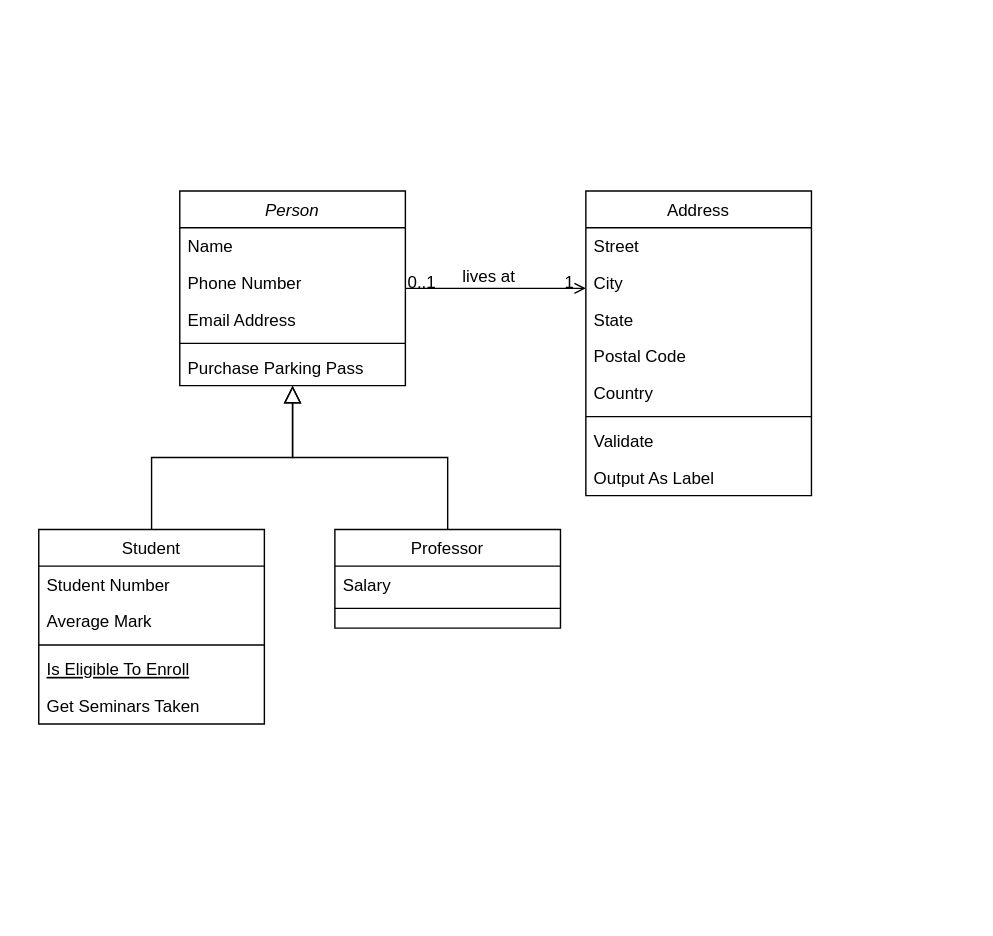
raeeschaudhary/Coursera_Exams keeps this draw.io diagram as ext/db3.drawio. Above is the earlier version. Source tidied: cells renumbered, new cells numbered last; positions are measured from the earlier drawing's top-left corner, leaving out a move shared by most shapes. Both pictures are drawn from the tidied source at 141%, with x=0, y=0 at pixel (38, 190).
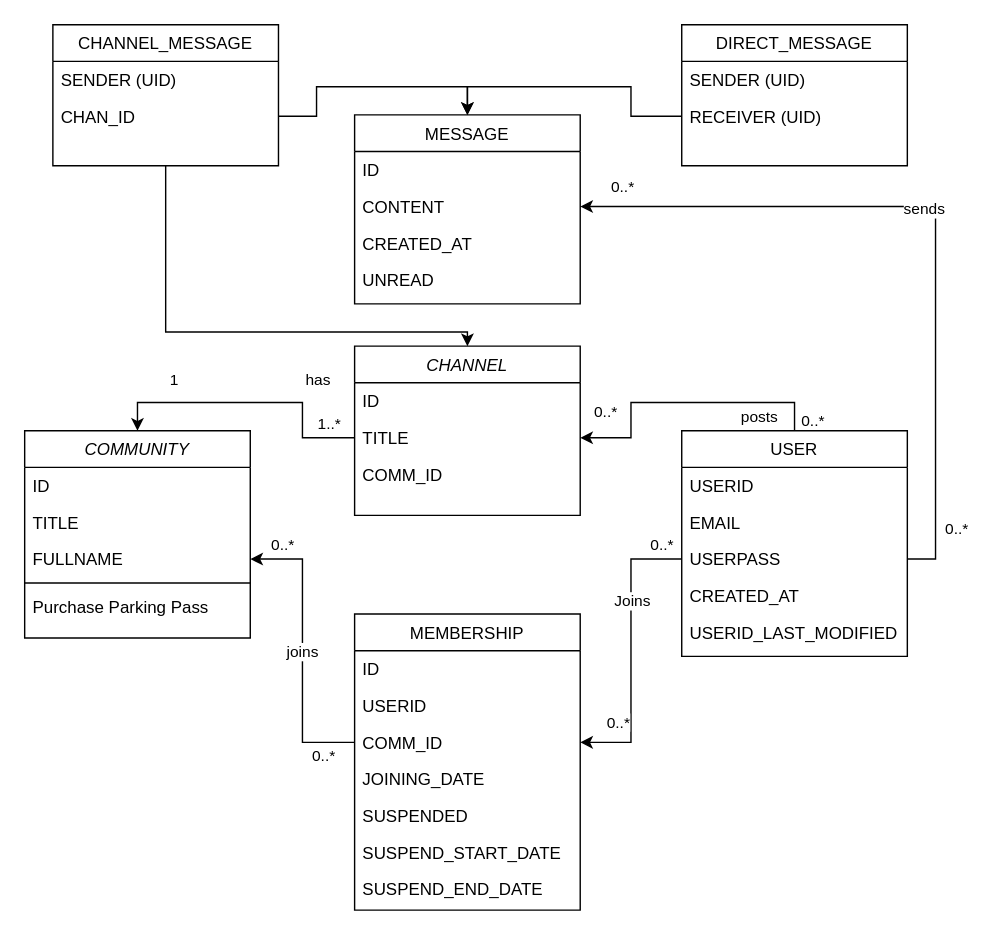
The same diagram, later.

Change to the diagram source:
```diff
@@
-    <mxCell id="2" value="Person" style="swimlane;fontStyle=2;align=center;verticalAlign=top;horizontal=1;startSize=26;rounded=0;shadow=0;strokeWidth=1;" parent="1" vertex="1">
-      <mxGeometry x="100" width="160" height="138" as="geometry" />
+    <mxCell id="2" value="COMMUNITY" style="swimlane;fontStyle=2;align=center;verticalAlign=top;horizontal=1;startSize=26;rounded=0;shadow=0;strokeWidth=1;" parent="1" vertex="1">
+      <mxGeometry x="-10" y="170" width="160" height="147" as="geometry" />
     </mxCell>
-    <mxCell id="3" value="Name" style="text;align=left;verticalAlign=top;spacingLeft=4;spacingRight=4;overflow=hidden;" parent="2" vertex="1">
+    <mxCell id="3" value="ID" style="text;align=left;verticalAlign=top;spacingLeft=4;spacingRight=4;overflow=hidden;" parent="2" vertex="1">
       <mxGeometry y="26" width="160" height="26" as="geometry" />
     </mxCell>
-    <mxCell id="4" value="Phone Number" style="text;align=left;verticalAlign=top;spacingLeft=4;spacingRight=4;overflow=hidden;rounded=0;shadow=0;html=0;" parent="2" vertex="1">
+    <mxCell id="4" value="TITLE" style="text;align=left;verticalAlign=top;spacingLeft=4;spacingRight=4;overflow=hidden;rounded=0;shadow=0;html=0;" parent="2" vertex="1">
       <mxGeometry y="52" width="160" height="26" as="geometry" />
     </mxCell>
-    <mxCell id="5" value="Email Address" style="text;align=left;verticalAlign=top;spacingLeft=4;spacingRight=4;overflow=hidden;points=[[0,0.5],[1,0.5]];portConstraint=eastwest;rounded=0;shadow=0;html=0;" parent="2" vertex="1">
+    <mxCell id="5" value="FULLNAME" style="text;align=left;verticalAlign=top;spacingLeft=4;spacingRight=4;overflow=hidden;points=[[0,0.5],[1,0.5]];portConstraint=eastwest;rounded=0;shadow=0;html=0;" parent="2" vertex="1">
       <mxGeometry y="78" width="160" height="26" as="geometry" />
     </mxCell>
@@
-    <mxCell id="8" value="Student" style="swimlane;fontStyle=0;align=center;verticalAlign=top;horizontal=1;startSize=26;rounded=0;shadow=0;strokeWidth=1;" parent="1" vertex="1">
-      <mxGeometry y="240" width="160" height="138" as="geometry" />
-    </mxCell>
-    <mxCell id="9" value="Student Number" style="text;align=left;verticalAlign=top;spacingLeft=4;spacingRight=4;overflow=hidden;" parent="8" vertex="1">
-      <mxGeometry y="26" width="160" height="26" as="geometry" />
-    </mxCell>
-    <mxCell id="10" value="Average Mark" style="text;align=left;verticalAlign=top;spacingLeft=4;spacingRight=4;overflow=hidden;rounded=0;shadow=0;html=0;" parent="8" vertex="1">
-      <mxGeometry y="52" width="160" height="26" as="geometry" />
-    </mxCell>
-    <mxCell id="11" style="line;html=1;strokeWidth=1;align=left;verticalAlign=middle;spacingTop=-1;spacingLeft=3;spacingRight=3;labelPosition=right;" parent="8" vertex="1">
-      <mxGeometry y="78" width="160" height="8" as="geometry" />
-    </mxCell>
-    <mxCell id="12" value="Is Eligible To Enroll" style="text;align=left;verticalAlign=top;spacingLeft=4;spacingRight=4;overflow=hidden;fontStyle=4;" parent="8" vertex="1">
-      <mxGeometry y="86" width="160" height="26" as="geometry" />
-    </mxCell>
-    <mxCell id="13" value="Get Seminars Taken" style="text;align=left;verticalAlign=top;spacingLeft=4;spacingRight=4;overflow=hidden;" parent="8" vertex="1">
-      <mxGeometry y="112" width="160" height="26" as="geometry" />
-    </mxCell>
-    <mxCell id="14" style="endArrow=block;endSize=10;endFill=0;shadow=0;strokeWidth=1;rounded=0;edgeStyle=elbowEdgeStyle;elbow=vertical;" parent="1" edge="1" source="8" target="2">
-      <mxGeometry relative="1" as="geometry" />
-    </mxCell>
-    <mxCell id="15" value="Professor" style="swimlane;fontStyle=0;align=center;verticalAlign=top;horizontal=1;startSize=26;rounded=0;shadow=0;strokeWidth=1;" parent="1" vertex="1">
-      <mxGeometry x="210" y="240" width="160" height="70" as="geometry" />
-    </mxCell>
-    <mxCell id="16" value="Salary" style="text;align=left;verticalAlign=top;spacingLeft=4;spacingRight=4;overflow=hidden;" parent="15" vertex="1">
-      <mxGeometry y="26" width="160" height="26" as="geometry" />
-    </mxCell>
-    <mxCell id="17" style="line;html=1;strokeWidth=1;align=left;verticalAlign=middle;spacingTop=-1;spacingLeft=3;spacingRight=3;labelPosition=right;" parent="15" vertex="1">
-      <mxGeometry y="52" width="160" height="8" as="geometry" />
-    </mxCell>
-    <mxCell id="18" style="endArrow=block;endSize=10;endFill=0;shadow=0;strokeWidth=1;rounded=0;edgeStyle=elbowEdgeStyle;elbow=vertical;" parent="1" edge="1" source="15" target="2">
-      <mxGeometry relative="1" as="geometry" />
-    </mxCell>
+    <mxCell id="32" style="edgeStyle=orthogonalEdgeStyle;rounded=0;jettySize=auto;html=1;exitX=0.5;exitY=0;exitDx=0;exitDy=0;entryX=1;entryY=0.5;entryDx=0;entryDy=0;" parent="1" edge="1" source="19" target="42">
+      <mxGeometry relative="1" as="geometry" />
+    </mxCell>
+    <mxCell id="33" value="posts" style="edgeLabel;html=1;align=center;verticalAlign=middle;" parent="32" vertex="1">
+      <mxGeometry x="-0.39" relative="1" as="geometry">
+        <mxPoint x="14" y="9" as="offset" />
+      </mxGeometry>
+    </mxCell>
+    <mxCell id="34" value="0..*" style="edgeLabel;html=1;align=center;verticalAlign=middle;" parent="32" vertex="1">
+      <mxGeometry x="-0.92" y="1" relative="1" as="geometry">
+        <mxPoint x="13" as="offset" />
+      </mxGeometry>
+    </mxCell>
+    <mxCell id="35" value="0..*" style="edgeLabel;html=1;align=center;verticalAlign=middle;" parent="32" vertex="1">
+      <mxGeometry x="0.83" y="1" relative="1" as="geometry">
+        <mxPoint y="-20" as="offset" />
+      </mxGeometry>
+    </mxCell>
-    <mxCell id="19" value="Address" style="swimlane;fontStyle=0;align=center;verticalAlign=top;horizontal=1;startSize=26;rounded=0;shadow=0;strokeWidth=1;" parent="1" vertex="1">
-      <mxGeometry x="388" width="160" height="216" as="geometry" />
+    <mxCell id="19" value="USER" style="swimlane;fontStyle=0;align=center;verticalAlign=top;horizontal=1;startSize=26;rounded=0;shadow=0;strokeWidth=1;" parent="1" vertex="1">
+      <mxGeometry x="456" y="170" width="160" height="160" as="geometry" />
     </mxCell>
-    <mxCell id="20" value="Street" style="text;align=left;verticalAlign=top;spacingLeft=4;spacingRight=4;overflow=hidden;" parent="19" vertex="1">
+    <mxCell id="20" value="USERID" style="text;align=left;verticalAlign=top;spacingLeft=4;spacingRight=4;overflow=hidden;" parent="19" vertex="1">
       <mxGeometry y="26" width="160" height="26" as="geometry" />
     </mxCell>
-    <mxCell id="21" value="City" style="text;align=left;verticalAlign=top;spacingLeft=4;spacingRight=4;overflow=hidden;rounded=0;shadow=0;html=0;" parent="19" vertex="1">
+    <mxCell id="21" value="EMAIL" style="text;align=left;verticalAlign=top;spacingLeft=4;spacingRight=4;overflow=hidden;rounded=0;shadow=0;html=0;" parent="19" vertex="1">
       <mxGeometry y="52" width="160" height="26" as="geometry" />
     </mxCell>
-    <mxCell id="22" value="State" style="text;align=left;verticalAlign=top;spacingLeft=4;spacingRight=4;overflow=hidden;points=[[0,0.5],[1,0.5]];portConstraint=eastwest;rounded=0;shadow=0;html=0;" parent="19" vertex="1">
+    <mxCell id="22" value="USERPASS" style="text;align=left;verticalAlign=top;spacingLeft=4;spacingRight=4;overflow=hidden;points=[[0,0.5],[1,0.5]];portConstraint=eastwest;rounded=0;shadow=0;html=0;" parent="19" vertex="1">
       <mxGeometry y="78" width="160" height="26" as="geometry" />
     </mxCell>
-    <mxCell id="23" value="Postal Code" style="text;align=left;verticalAlign=top;spacingLeft=4;spacingRight=4;overflow=hidden;rounded=0;shadow=0;html=0;" parent="19" vertex="1">
+    <mxCell id="23" value="CREATED_AT" style="text;align=left;verticalAlign=top;spacingLeft=4;spacingRight=4;overflow=hidden;rounded=0;shadow=0;html=0;" parent="19" vertex="1">
       <mxGeometry y="104" width="160" height="26" as="geometry" />
     </mxCell>
-    <mxCell id="24" value="Country" style="text;align=left;verticalAlign=top;spacingLeft=4;spacingRight=4;overflow=hidden;rounded=0;shadow=0;html=0;" parent="19" vertex="1">
+    <mxCell id="24" value="USERID_LAST_MODIFIED" style="text;align=left;verticalAlign=top;spacingLeft=4;spacingRight=4;overflow=hidden;rounded=0;shadow=0;html=0;" parent="19" vertex="1">
       <mxGeometry y="130" width="160" height="26" as="geometry" />
     </mxCell>
-    <mxCell id="25" style="line;html=1;strokeWidth=1;align=left;verticalAlign=middle;spacingTop=-1;spacingLeft=3;spacingRight=3;labelPosition=right;" parent="19" vertex="1">
-      <mxGeometry y="156" width="160" height="8" as="geometry" />
-    </mxCell>
-    <mxCell id="26" value="Validate" style="text;align=left;verticalAlign=top;spacingLeft=4;spacingRight=4;overflow=hidden;" parent="19" vertex="1">
-      <mxGeometry y="164" width="160" height="26" as="geometry" />
-    </mxCell>
-    <mxCell id="27" value="Output As Label" style="text;align=left;verticalAlign=top;spacingLeft=4;spacingRight=4;overflow=hidden;" parent="19" vertex="1">
-      <mxGeometry y="190" width="160" height="26" as="geometry" />
-    </mxCell>
-    <mxCell id="28" style="endArrow=open;shadow=0;strokeWidth=1;rounded=0;endFill=1;edgeStyle=elbowEdgeStyle;elbow=vertical;" parent="1" edge="1" source="2" target="19">
-      <mxGeometry x="0.5" y="41" relative="1" as="geometry">
-        <mxPoint x="-40" y="32" as="offset" />
-      </mxGeometry>
-    </mxCell>
-    <mxCell id="29" value="0..1" style="align=left;verticalAlign=bottom;labelBackgroundColor=none;fontSize=12;" parent="28" vertex="1">
-      <mxGeometry x="-1" relative="1" as="geometry">
-        <mxPoint y="4" as="offset" />
-      </mxGeometry>
-    </mxCell>
+    <mxCell id="36" style="edgeStyle=orthogonalEdgeStyle;rounded=0;jettySize=auto;html=1;exitX=0;exitY=0.5;exitDx=0;exitDy=0;entryX=1;entryY=0.5;entryDx=0;entryDy=0;" parent="1" edge="1" source="22" target="50">
+      <mxGeometry relative="1" as="geometry" />
+    </mxCell>
+    <mxCell id="37" value="Joins" style="edgeLabel;html=1;align=center;verticalAlign=middle;" parent="36" vertex="1">
+      <mxGeometry x="-0.05" relative="1" as="geometry">
+        <mxPoint y="-31" as="offset" />
+      </mxGeometry>
+    </mxCell>
+    <mxCell id="38" value="0..*" style="edgeLabel;html=1;align=center;verticalAlign=middle;" parent="36" vertex="1">
+      <mxGeometry x="-0.85" y="-3" relative="1" as="geometry">
+        <mxPoint y="-8" as="offset" />
+      </mxGeometry>
+    </mxCell>
+    <mxCell id="39" value="0..*" style="edgeLabel;html=1;align=center;verticalAlign=middle;" parent="36" vertex="1">
+      <mxGeometry x="0.74" y="-3" relative="1" as="geometry">
+        <mxPoint y="-12" as="offset" />
+      </mxGeometry>
+    </mxCell>
+    <mxCell id="40" value="CHANNEL" style="swimlane;fontStyle=2;align=center;verticalAlign=top;horizontal=1;startSize=26;rounded=0;shadow=0;strokeWidth=1;" parent="1" vertex="1">
+      <mxGeometry x="224" y="110" width="160" height="120" as="geometry" />
+    </mxCell>
+    <mxCell id="41" value="ID" style="text;align=left;verticalAlign=top;spacingLeft=4;spacingRight=4;overflow=hidden;" parent="40" vertex="1">
+      <mxGeometry y="26" width="160" height="26" as="geometry" />
+    </mxCell>
+    <mxCell id="42" value="TITLE" style="text;align=left;verticalAlign=top;spacingLeft=4;spacingRight=4;overflow=hidden;points=[[0,0.5],[1,0.5]];portConstraint=eastwest;rounded=0;shadow=0;html=0;" parent="40" vertex="1">
+      <mxGeometry y="52" width="160" height="26" as="geometry" />
+    </mxCell>
+    <mxCell id="43" value="COMM_ID" style="text;align=left;verticalAlign=top;spacingLeft=4;spacingRight=4;overflow=hidden;rounded=0;shadow=0;html=0;" parent="40" vertex="1">
+      <mxGeometry y="78" width="160" height="26" as="geometry" />
+    </mxCell>
+    <mxCell id="44" style="edgeStyle=orthogonalEdgeStyle;rounded=0;jettySize=auto;html=1;exitX=0;exitY=0.5;exitDx=0;exitDy=0;entryX=0.5;entryY=0;entryDx=0;entryDy=0;" parent="1" edge="1" source="42" target="2">
+      <mxGeometry relative="1" as="geometry" />
+    </mxCell>
+    <mxCell id="45" value="has" style="edgeLabel;html=1;align=center;verticalAlign=middle;" parent="44" vertex="1">
+      <mxGeometry x="-0.34" y="-2" relative="1" as="geometry">
+        <mxPoint x="14" y="-15" as="offset" />
+      </mxGeometry>
+    </mxCell>
+    <mxCell id="46" value="1..*" style="edgeLabel;html=1;align=center;verticalAlign=middle;" parent="44" vertex="1">
+      <mxGeometry x="-0.81" y="2" relative="1" as="geometry">
+        <mxPoint y="-13" as="offset" />
+      </mxGeometry>
+    </mxCell>
-    <mxCell id="30" value="1" style="align=right;verticalAlign=bottom;labelBackgroundColor=none;fontSize=12;" parent="28" vertex="1">
-      <mxGeometry x="1" relative="1" as="geometry">
-        <mxPoint x="-7" y="4" as="offset" />
+    <mxCell id="30" value="1" style="edgeLabel;html=1;align=center;verticalAlign=middle;" parent="44" vertex="1">
+      <mxGeometry x="0.69" y="1" relative="1" as="geometry">
+        <mxPoint x="14" y="-18" as="offset" />
       </mxGeometry>
     </mxCell>
-    <mxCell id="31" value="lives at" style="text;html=1;align=center;verticalAlign=middle;labelBackgroundColor=none;rounded=0;shadow=0;strokeWidth=1;fontSize=12;" parent="28" vertex="1">
-      <mxGeometry x="0.5" y="49" relative="1" as="geometry">
-        <mxPoint x="-38" y="40" as="offset" />
-      </mxGeometry>
-    </mxCell>
+    <mxCell id="47" value="MEMBERSHIP" style="swimlane;fontStyle=0;align=center;verticalAlign=top;horizontal=1;startSize=26;rounded=0;shadow=0;strokeWidth=1;" parent="1" vertex="1">
+      <mxGeometry x="224" y="300" width="160" height="210" as="geometry" />
+    </mxCell>
+    <mxCell id="48" value="ID" style="text;align=left;verticalAlign=top;spacingLeft=4;spacingRight=4;overflow=hidden;" parent="47" vertex="1">
+      <mxGeometry y="26" width="160" height="26" as="geometry" />
+    </mxCell>
+    <mxCell id="49" value="USERID" style="text;align=left;verticalAlign=top;spacingLeft=4;spacingRight=4;overflow=hidden;rounded=0;shadow=0;html=0;" parent="47" vertex="1">
+      <mxGeometry y="52" width="160" height="26" as="geometry" />
+    </mxCell>
+    <mxCell id="50" value="COMM_ID" style="text;align=left;verticalAlign=top;spacingLeft=4;spacingRight=4;overflow=hidden;points=[[0,0.5],[1,0.5]];portConstraint=eastwest;rounded=0;shadow=0;html=0;" parent="47" vertex="1">
+      <mxGeometry y="78" width="160" height="26" as="geometry" />
+    </mxCell>
+    <mxCell id="51" value="JOINING_DATE" style="text;align=left;verticalAlign=top;spacingLeft=4;spacingRight=4;overflow=hidden;rounded=0;shadow=0;html=0;" parent="47" vertex="1">
+      <mxGeometry y="104" width="160" height="26" as="geometry" />
+    </mxCell>
+    <mxCell id="52" value="SUSPENDED" style="text;align=left;verticalAlign=top;spacingLeft=4;spacingRight=4;overflow=hidden;rounded=0;shadow=0;html=0;" parent="47" vertex="1">
+      <mxGeometry y="130" width="160" height="26" as="geometry" />
+    </mxCell>
+    <mxCell id="53" value="SUSPEND_START_DATE" style="text;align=left;verticalAlign=top;spacingLeft=4;spacingRight=4;overflow=hidden;rounded=0;shadow=0;html=0;" parent="47" vertex="1">
+      <mxGeometry y="156" width="160" height="26" as="geometry" />
+    </mxCell>
+    <mxCell id="54" value="SUSPEND_END_DATE" style="text;align=left;verticalAlign=top;spacingLeft=4;spacingRight=4;overflow=hidden;rounded=0;shadow=0;html=0;" parent="47" vertex="1">
+      <mxGeometry y="182" width="160" height="26" as="geometry" />
+    </mxCell>
+    <mxCell id="55" style="edgeStyle=orthogonalEdgeStyle;rounded=0;jettySize=auto;html=1;exitX=0;exitY=0.5;exitDx=0;exitDy=0;entryX=1;entryY=0.5;entryDx=0;entryDy=0;" parent="1" edge="1" source="50" target="5">
+      <mxGeometry relative="1" as="geometry" />
+    </mxCell>
+    <mxCell id="56" value="joins" style="edgeLabel;html=1;align=center;verticalAlign=middle;" parent="55" vertex="1">
+      <mxGeometry x="0.04" y="1" relative="1" as="geometry">
+        <mxPoint y="4" as="offset" />
+      </mxGeometry>
+    </mxCell>
+    <mxCell id="57" value="0..*" style="edgeLabel;html=1;align=center;verticalAlign=middle;" parent="55" vertex="1">
+      <mxGeometry x="0.78" y="1" relative="1" as="geometry">
+        <mxPoint y="-12" as="offset" />
+      </mxGeometry>
+    </mxCell>
+    <mxCell id="58" value="0..*" style="edgeLabel;html=1;align=center;verticalAlign=middle;" parent="55" vertex="1">
+      <mxGeometry x="-0.77" y="1" relative="1" as="geometry">
+        <mxPoint y="8" as="offset" />
+      </mxGeometry>
+    </mxCell>
+    <mxCell id="59" value="MESSAGE" style="swimlane;fontStyle=0;align=center;verticalAlign=top;horizontal=1;startSize=26;rounded=0;shadow=0;strokeWidth=1;" parent="1" vertex="1">
+      <mxGeometry x="224" y="-54" width="160" height="134" as="geometry" />
+    </mxCell>
+    <mxCell id="60" value="ID" style="text;align=left;verticalAlign=top;spacingLeft=4;spacingRight=4;overflow=hidden;" parent="59" vertex="1">
+      <mxGeometry y="26" width="160" height="26" as="geometry" />
+    </mxCell>
+    <mxCell id="61" value="CONTENT" style="text;align=left;verticalAlign=top;spacingLeft=4;spacingRight=4;overflow=hidden;points=[[0,0.5],[1,0.5]];portConstraint=eastwest;rounded=0;shadow=0;html=0;" parent="59" vertex="1">
+      <mxGeometry y="52" width="160" height="26" as="geometry" />
+    </mxCell>
+    <mxCell id="62" value="CREATED_AT" style="text;align=left;verticalAlign=top;spacingLeft=4;spacingRight=4;overflow=hidden;rounded=0;shadow=0;html=0;" parent="59" vertex="1">
+      <mxGeometry y="78" width="160" height="26" as="geometry" />
+    </mxCell>
+    <mxCell id="63" value="UNREAD" style="text;align=left;verticalAlign=top;spacingLeft=4;spacingRight=4;overflow=hidden;rounded=0;shadow=0;html=0;" parent="59" vertex="1">
+      <mxGeometry y="104" width="160" height="26" as="geometry" />
+    </mxCell>
+    <mxCell id="64" value="DIRECT_MESSAGE" style="swimlane;fontStyle=0;align=center;verticalAlign=top;horizontal=1;startSize=26;rounded=0;shadow=0;strokeWidth=1;" parent="1" vertex="1">
+      <mxGeometry x="456" y="-118" width="160" height="100" as="geometry" />
+    </mxCell>
+    <mxCell id="65" value="SENDER (UID)" style="text;align=left;verticalAlign=top;spacingLeft=4;spacingRight=4;overflow=hidden;" parent="64" vertex="1">
+      <mxGeometry y="26" width="160" height="26" as="geometry" />
+    </mxCell>
+    <mxCell id="66" value="RECEIVER (UID)" style="text;align=left;verticalAlign=top;spacingLeft=4;spacingRight=4;overflow=hidden;points=[[0,0.5],[1,0.5]];portConstraint=eastwest;rounded=0;shadow=0;html=0;" parent="64" vertex="1">
+      <mxGeometry y="52" width="160" height="26" as="geometry" />
+    </mxCell>
+    <mxCell id="67" style="edgeStyle=orthogonalEdgeStyle;rounded=0;jettySize=auto;html=1;exitX=1;exitY=0.5;exitDx=0;exitDy=0;endArrow=classic;endFill=1;" parent="1" edge="1" source="22" target="61">
+      <mxGeometry relative="1" as="geometry" />
+    </mxCell>
+    <mxCell id="68" value="sends" style="edgeLabel;html=1;align=center;verticalAlign=middle;" parent="67" vertex="1">
+      <mxGeometry x="0.07" y="1" relative="1" as="geometry" />
+    </mxCell>
+    <mxCell id="69" value="0..*" style="edgeLabel;html=1;align=center;verticalAlign=middle;" parent="67" vertex="1">
+      <mxGeometry x="-0.84" y="1" relative="1" as="geometry">
+        <mxPoint x="15" as="offset" />
+      </mxGeometry>
+    </mxCell>
+    <mxCell id="70" value="0..*" style="edgeLabel;html=1;align=center;verticalAlign=middle;" parent="67" vertex="1">
+      <mxGeometry x="0.89" y="-3" relative="1" as="geometry">
+        <mxPoint y="-12" as="offset" />
+      </mxGeometry>
+    </mxCell>
+    <mxCell id="71" style="edgeStyle=orthogonalEdgeStyle;rounded=0;jettySize=auto;html=1;exitX=0.5;exitY=1;exitDx=0;exitDy=0;" parent="1" edge="1" source="72" target="40">
+      <mxGeometry relative="1" as="geometry">
+        <Array as="points">
+          <mxPoint x="90" y="100" />
+          <mxPoint x="304" y="100" />
+        </Array>
+      </mxGeometry>
+    </mxCell>
+    <mxCell id="72" value="CHANNEL_MESSAGE" style="swimlane;fontStyle=0;align=center;verticalAlign=top;horizontal=1;startSize=26;rounded=0;shadow=0;strokeWidth=1;" parent="1" vertex="1">
+      <mxGeometry x="10" y="-118" width="160" height="100" as="geometry" />
+    </mxCell>
+    <mxCell id="73" value="SENDER (UID)" style="text;align=left;verticalAlign=top;spacingLeft=4;spacingRight=4;overflow=hidden;" parent="72" vertex="1">
+      <mxGeometry y="26" width="160" height="26" as="geometry" />
+    </mxCell>
+    <mxCell id="74" value="CHAN_ID" style="text;align=left;verticalAlign=top;spacingLeft=4;spacingRight=4;overflow=hidden;points=[[0,0.5],[1,0.5]];portConstraint=eastwest;rounded=0;shadow=0;html=0;" parent="72" vertex="1">
+      <mxGeometry y="52" width="160" height="26" as="geometry" />
+    </mxCell>
+    <mxCell id="75" style="edgeStyle=orthogonalEdgeStyle;rounded=0;jettySize=auto;html=1;exitX=1;exitY=0.5;exitDx=0;exitDy=0;entryX=0.5;entryY=0;entryDx=0;entryDy=0;" parent="1" edge="1" source="74" target="59">
+      <mxGeometry relative="1" as="geometry" />
+    </mxCell>
+    <mxCell id="76" style="edgeStyle=orthogonalEdgeStyle;rounded=0;jettySize=auto;html=1;exitX=0;exitY=0.5;exitDx=0;exitDy=0;entryX=0.5;entryY=0;entryDx=0;entryDy=0;" parent="1" edge="1" source="66" target="59">
+      <mxGeometry relative="1" as="geometry" />
+    </mxCell>
```
